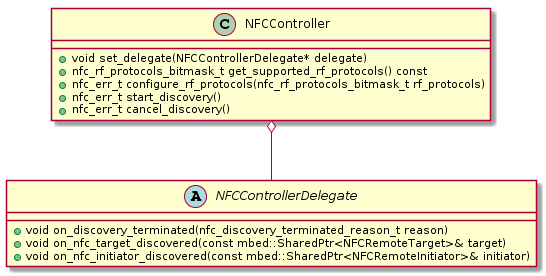
ARMmbed/mbed-os keeps this PlantUML diagram as features/nfc/doc/uml_diagram_controller.png. Above is the earlier version. The source it was exported from:
```plantuml
@startuml
class NFCController {
  +void set_delegate(NFCControllerDelegate* delegate)
  +nfc_rf_protocols_bitmask_t get_supported_rf_protocols() const
  +nfc_err_t configure_rf_protocols(nfc_rf_protocols_bitmask_t rf_protocols)
  +nfc_err_t start_discovery()
  +nfc_err_t cancel_discovery()
}

abstract class NFCControllerDelegate {
  +void on_discovery_terminated(nfc_discovery_terminated_reason_t reason)
  +void on_nfc_target_discovered(const mbed::SharedPtr<NFCRemoteTarget>& target)
  +void on_nfc_initiator_discovered(const mbed::SharedPtr<NFCRemoteInitiator>& initiator)
}

NFCController o-- NFCControllerDelegate
@enduml
```
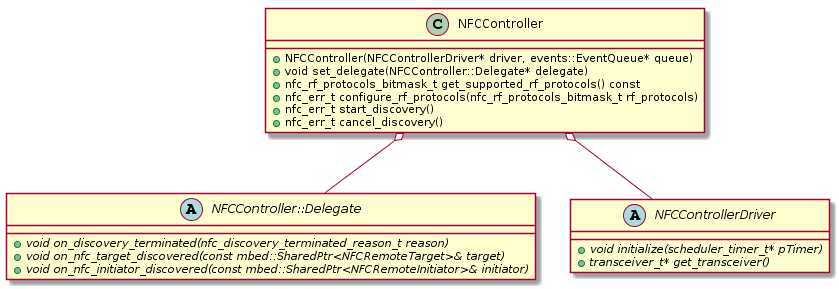
The same file after the commit.

Commit message:
Update controller diagram

What changed in the source:
```diff
@@ -1,17 +1,24 @@
 @startuml
 class NFCController {
-  +void set_delegate(NFCControllerDelegate* delegate)
+  +NFCController(NFCControllerDriver* driver, events::EventQueue* queue)
+  +void set_delegate(NFCController::Delegate* delegate)
   +nfc_rf_protocols_bitmask_t get_supported_rf_protocols() const
   +nfc_err_t configure_rf_protocols(nfc_rf_protocols_bitmask_t rf_protocols)
   +nfc_err_t start_discovery()
   +nfc_err_t cancel_discovery()
 }
 
-abstract class NFCControllerDelegate {
-  +void on_discovery_terminated(nfc_discovery_terminated_reason_t reason)
-  +void on_nfc_target_discovered(const mbed::SharedPtr<NFCRemoteTarget>& target)
-  +void on_nfc_initiator_discovered(const mbed::SharedPtr<NFCRemoteInitiator>& initiator)
+abstract class NFCController::Delegate {
+  +{abstract} void on_discovery_terminated(nfc_discovery_terminated_reason_t reason)
+  +{abstract} void on_nfc_target_discovered(const mbed::SharedPtr<NFCRemoteTarget>& target)
+  +{abstract} void on_nfc_initiator_discovered(const mbed::SharedPtr<NFCRemoteInitiator>& initiator)
 }
 
-NFCController o-- NFCControllerDelegate
+abstract class NFCControllerDriver {
+  +{abstract} void initialize(scheduler_timer_t* pTimer)
+  +{abstract} transceiver_t* get_transceiver()
+}
+
+NFCController o-- NFCController::Delegate
+NFCController o-- NFCControllerDriver
 @enduml
```
